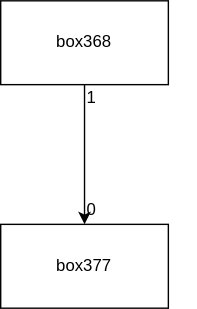
bmfbp/bmfbp keeps this draw.io diagram as bootstrap-svg/yed_compiler_as_svg.svg. Above is the earlier version. Source tidied: cells renumbered, new cells last; positions are measured from the earlier drawing's top-left corner, leaving out a move shared by most shapes.
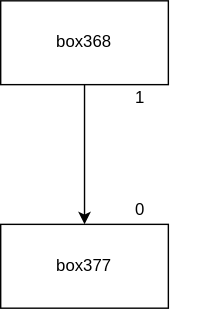
The same file after the commit.

Commit message:
moved text to middle justified, still working

Diff of the diagram source:
```diff
@@ -10,10 +10,10 @@
         <mxPoint x="60" y="160" as="targetPoint" />
       </mxGeometry>
     </mxCell>
-    <mxCell id="4" value="0" style="text;strokeColor=none;fillColor=none;align=left;verticalAlign=middle;rounded=0;" parent="1" vertex="1">
+    <mxCell id="4" value="0" style="text;strokeColor=none;fillColor=none;align=center;verticalAlign=middle;rounded=0;" parent="1" vertex="1">
       <mxGeometry x="60" y="140" width="80" height="20" as="geometry" />
     </mxCell>
-    <mxCell id="5" value="1" style="text;strokeColor=none;fillColor=none;align=left;verticalAlign=middle;rounded=0;" parent="1" vertex="1">
+    <mxCell id="5" value="1" style="text;strokeColor=none;fillColor=none;align=center;verticalAlign=middle;rounded=0;" parent="1" vertex="1">
       <mxGeometry x="60" y="60" width="80" height="20" as="geometry" />
     </mxCell>
     <mxCell id="6" value="box377" style="rounded=0;align=center;" parent="1" vertex="1">
```
